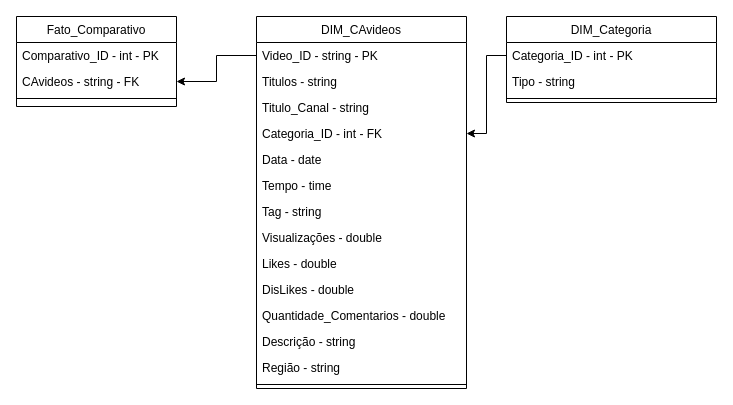
This is unidade03/Diagrama_Projeto03unidade_EngenhariadeDados.drawio from HugoGomes35/Topicos-Especiais-em-BD, a draw.io file, before an edit. Source tidied: cells renumbered, new cells numbered last; positions are measured from the earlier drawing's top-left corner, leaving out a move shared by most shapes. Both pictures are drawn from the tidied source at 100%, with x=0, y=0 at pixel (16, 16).
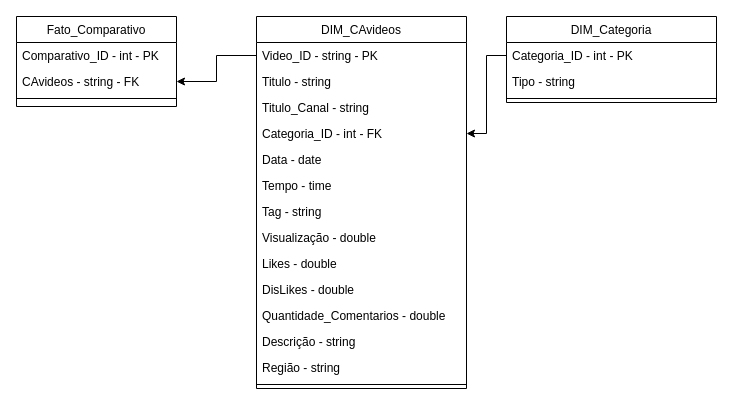
The same page after the edit.

Unchanged cells that the change refers to:
```xml
<mxCell id="2" value="DIM_CAvideos" style="swimlane;fontStyle=0;align=center;verticalAlign=top;horizontal=1;startSize=26;rounded=0;shadow=0;strokeWidth=1;" parent="1" vertex="1">
  <mxGeometry x="240" width="210" height="372" as="geometry" />
</mxCell>
```

The edit, as a diff of the source:
```diff
@@
-    <mxCell id="4" value="Titulos - string&#10;" style="text;align=left;verticalAlign=top;spacingLeft=4;spacingRight=4;overflow=hidden;" parent="2" vertex="1">
+    <mxCell id="4" value="Titulo - string" style="text;align=left;verticalAlign=top;spacingLeft=4;spacingRight=4;overflow=hidden;" parent="2" vertex="1">
       <mxGeometry y="52" width="210" height="26" as="geometry" />
     </mxCell>
@@
-    <mxCell id="10" value="Visualizações - double" style="text;align=left;verticalAlign=top;spacingLeft=4;spacingRight=4;overflow=hidden;" parent="2" vertex="1">
+    <mxCell id="10" value="Visualização - double" style="text;align=left;verticalAlign=top;spacingLeft=4;spacingRight=4;overflow=hidden;" parent="2" vertex="1">
       <mxGeometry y="208" width="210" height="26" as="geometry" />
     </mxCell>
```
